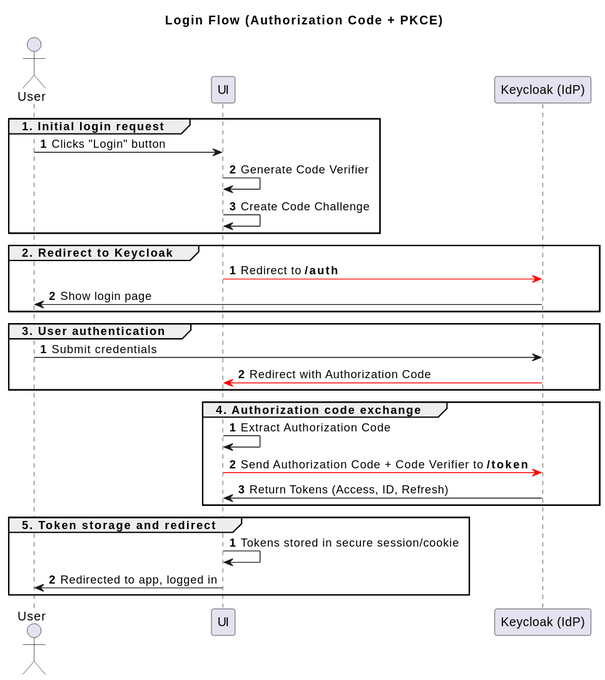
GroMoKoSo/GroMoKoSo-Meta keeps this PlantUML diagram as docs/authentication/login_flow.svg. Above is the earlier version. Source of this version:
```plantuml
@startuml
title Login Flow (Authorization Code + PKCE)

skinparam ranksep 100

actor User
participant UI
participant "Keycloak (IdP)" as KC

group 1. Initial login request
    autonumber

    User -> UI: Clicks "Login" button
    UI -> UI: Generate Code Verifier
    UI -> UI: Create Code Challenge

    autonumber stop
end

group 2. Redirect to Keycloak
    autonumber

        UI -[#red]> KC: Redirect to **/auth**
        KC -> User: Show login page

    autonumber stop
end

group 3. User authentication
    autonumber

        User -> KC: Submit credentials
        KC -[#red]> UI: Redirect with Authorization Code

    autonumber stop
end

group 4. Authorization code exchange
    autonumber

        UI -> UI: Extract Authorization Code
        UI -[#red]> KC: Send Authorization Code + Code Verifier to **/token**
        KC -> UI: Return Tokens (Access, ID, Refresh)

    autonumber stop
end

group 5. Token storage and redirect
    autonumber

        UI -> UI: Tokens stored in secure session/cookie
        UI -> User: Redirected to app, logged in

    autonumber stop
end
@enduml
```
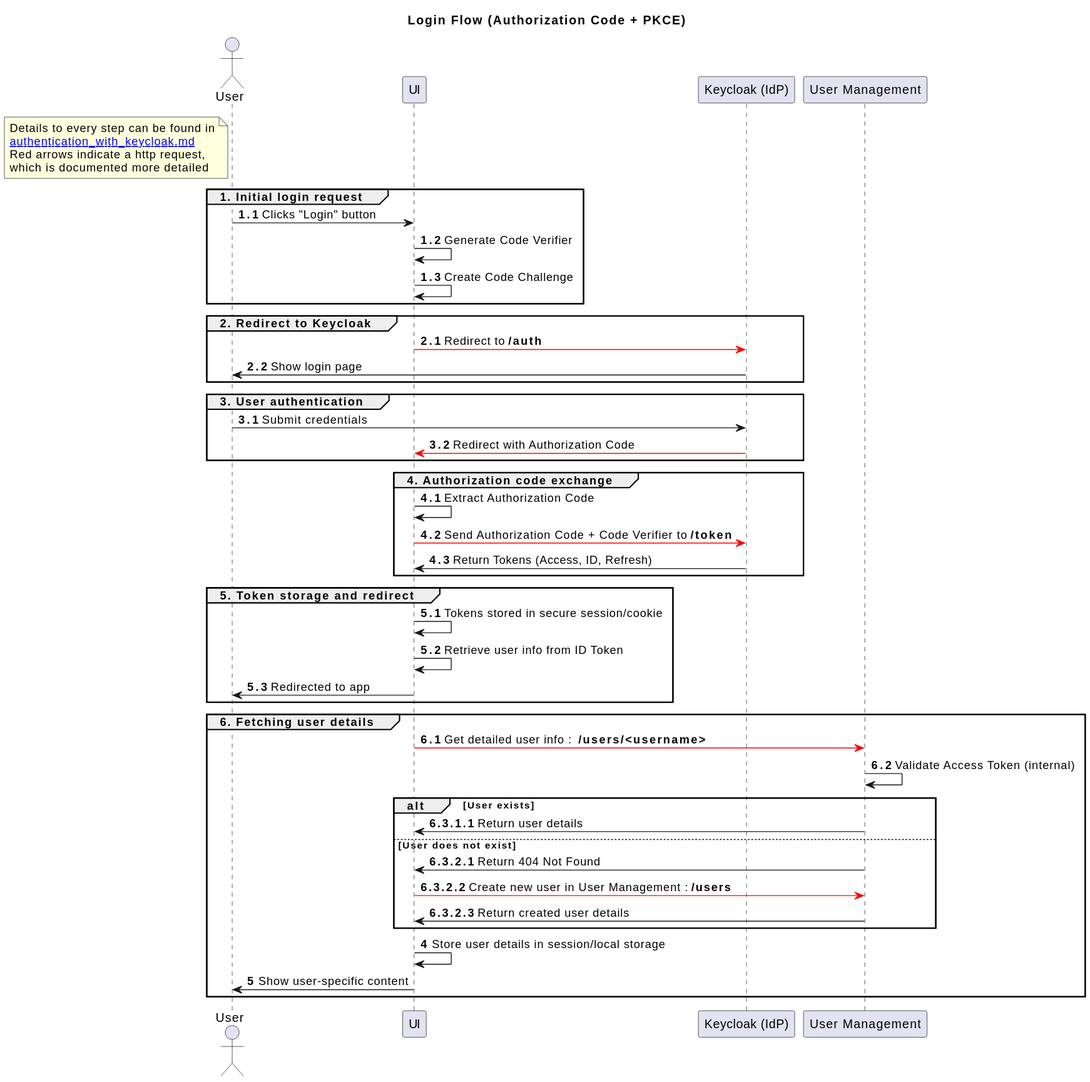
Later version of the same file.

Commit message:
docs: improved Login flow documentation to include the case of a new user

Change to the diagram source:
```diff
@@ -1,14 +1,23 @@
 @startuml
 title Login Flow (Authorization Code + PKCE)
+
 
 skinparam ranksep 100
 
 actor User
 participant UI
 participant "Keycloak (IdP)" as KC
+participant "User Management" as UM
+
+note left of User
+    Details to every step can be found in
+    <u><color #blue>authentication_with_keycloak.md</color></u>
+    Red arrows indicate a http request,
+    which is documented more detailed
+end note
 
 group 1. Initial login request
-    autonumber
+    autonumber 1.1
 
     User -> UI: Clicks "Login" button
     UI -> UI: Generate Code Verifier
@@ -18,7 +27,7 @@
 end
 
 group 2. Redirect to Keycloak
-    autonumber
+    autonumber 2.1
 
         UI -[#red]> KC: Redirect to **/auth**
         KC -> User: Show login page
@@ -27,7 +36,7 @@
 end
 
 group 3. User authentication
-    autonumber
+    autonumber 3.1
 
         User -> KC: Submit credentials
         KC -[#red]> UI: Redirect with Authorization Code
@@ -36,7 +45,7 @@
 end
 
 group 4. Authorization code exchange
-    autonumber
+    autonumber 4.1
 
         UI -> UI: Extract Authorization Code
         UI -[#red]> KC: Send Authorization Code + Code Verifier to **/token**
@@ -46,10 +55,34 @@
 end
 
 group 5. Token storage and redirect
-    autonumber
+    autonumber 5.1
 
         UI -> UI: Tokens stored in secure session/cookie
-        UI -> User: Redirected to app, logged in
+        UI -> UI: Retrieve user info from ID Token
+        UI -> User: Redirected to app
+
+    autonumber stop
+end
+
+group 6. Fetching user details
+    autonumber 6.1
+
+        UI -[#red]> UM: Get detailed user info :  **/users/<username>**
+        UM -> UM: Validate Access Token (internal)
+
+        autonumber 6.3.1.1
+        alt User exists
+            UM -> UI: Return user details
+        else User does not exist
+        autonumber 6.3.2.1
+            UM -> UI: Return 404 Not Found
+            UI -[#red]> UM: Create new user in User Management : **/users**
+            UM -> UI: Return created user details
+        end
+
+        autonumber 4
+        UI -> UI: Store user details in session/local storage
+        UI -> User: Show user-specific content
 
     autonumber stop
 end
```
